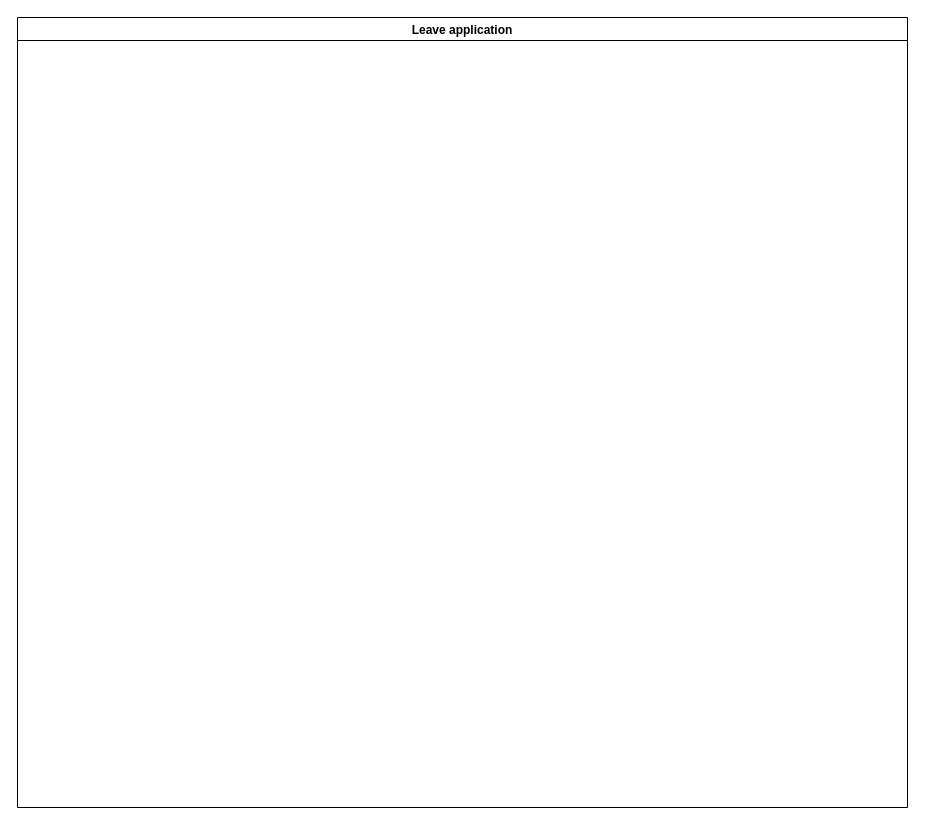
This is TPF - HR - Leave application.drawio from kmagua/flowcharts, a draw.io file, before an edit. Source tidied: cells renumbered, new cells numbered last; positions are measured from the earlier drawing's top-left corner, leaving out a move shared by most shapes. Both pictures are drawn from the tidied source at 100%, with x=0, y=0 at pixel (17, 17).
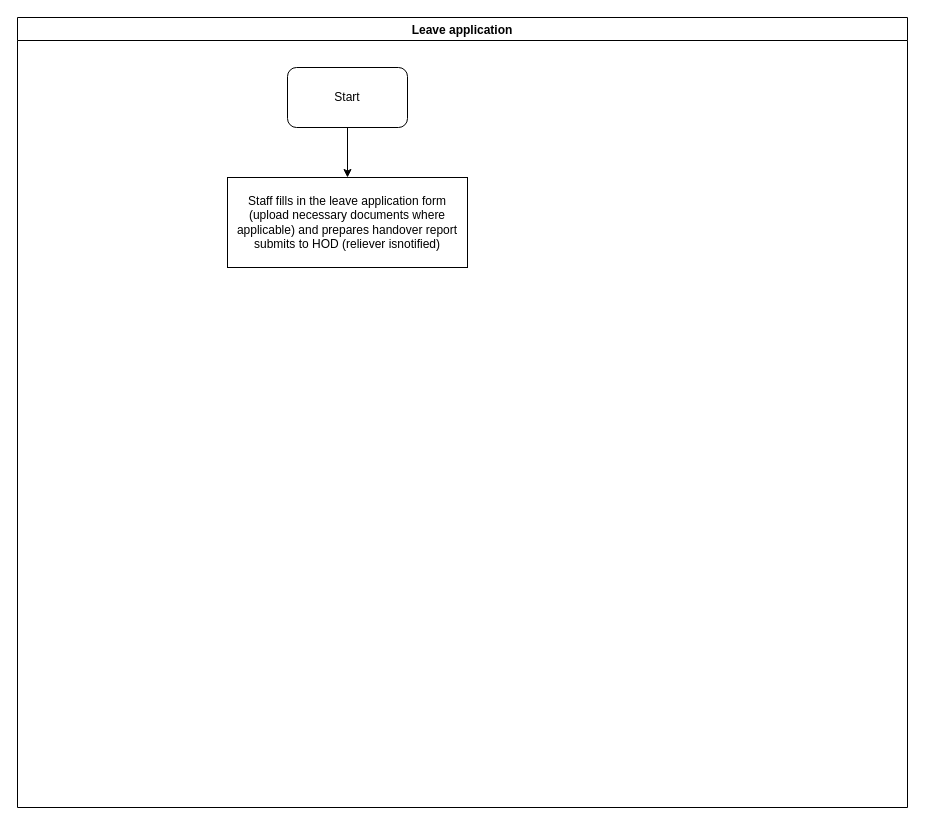
The same diagram, later.

Diff of the diagram source:
```diff
@@
 <mxGraphModel>
   <root>
     <mxCell id="0" />
     <mxCell id="1" parent="0" />
     <mxCell id="2" value="Leave application" style="swimlane;" parent="1" vertex="1">
       <mxGeometry width="890" height="790" as="geometry" />
     </mxCell>
+    <mxCell id="3" value="Start" style="rounded=1;whiteSpace=wrap;html=1;" parent="2" vertex="1">
+      <mxGeometry x="270" y="50" width="120" height="60" as="geometry" />
+    </mxCell>
+    <mxCell id="4" value="&lt;span lang=&quot;EN-GB&quot;&gt;Staff fills in the leave application form (upload necessary documents where applicable) and prepares handover report submits to HOD (reliever isnotified)&lt;/span&gt;" style="rounded=0;whiteSpace=wrap;html=1;" parent="2" vertex="1">
+      <mxGeometry x="210" y="160" width="240" height="90" as="geometry" />
+    </mxCell>
+    <mxCell id="5" style="edgeStyle=orthogonalEdgeStyle;rounded=0;jettySize=auto;html=1;" parent="2" edge="1" source="3" target="4">
+      <mxGeometry relative="1" as="geometry" />
+    </mxCell>
   </root>
 </mxGraphModel>
```
